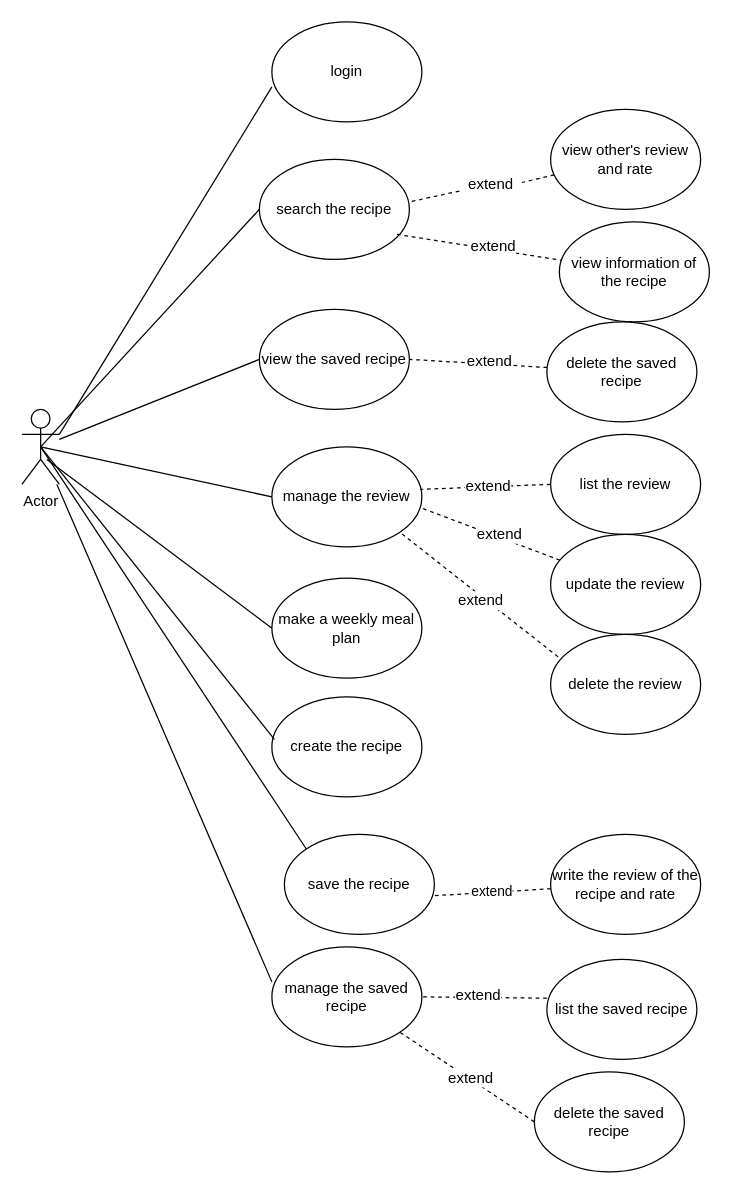
The draw.io diagram use case diagram.drawio in XiaoyangYan/NewMeal, before the edit. Source tidied: cells renumbered, new cells numbered last; positions are measured from the earlier drawing's top-left corner, leaving out a move shared by most shapes. Both pictures are drawn from the tidied source at 125%, with x=0, y=0 at pixel (21, 21).
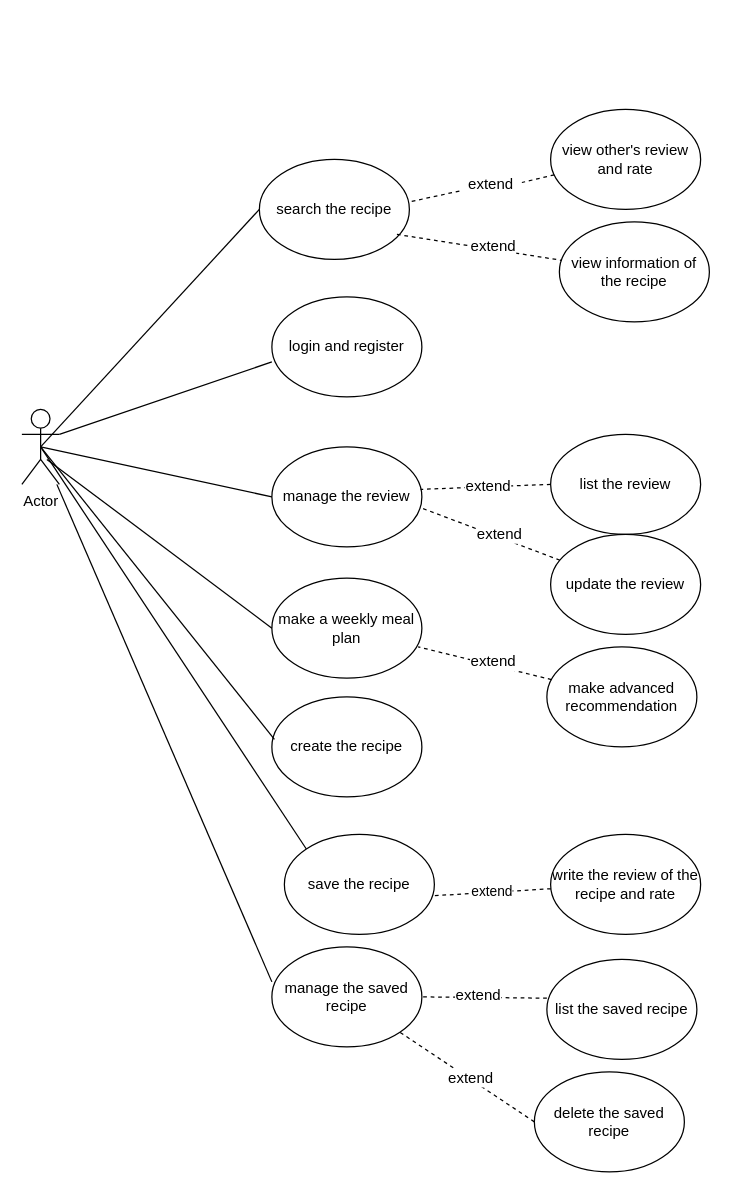
After the change.

The change refers to these unchanged cells:
```xml
<mxCell id="2" value="Actor" style="shape=umlActor;verticalLabelPosition=bottom;labelBackgroundColor=#ffffff;verticalAlign=top;html=1;outlineConnect=0;" parent="1" vertex="1">
  <mxGeometry y="310" width="30" height="60" as="geometry" />
</mxCell>
<mxCell id="5" value="manage the review" style="ellipse;whiteSpace=wrap;html=1;" parent="1" vertex="1">
  <mxGeometry x="200" y="340" width="120" height="80" as="geometry" />
</mxCell>
```

Change to the diagram source:
```diff
@@
-    <mxCell id="3" value="login" style="ellipse;whiteSpace=wrap;html=1;" parent="1" vertex="1">
-      <mxGeometry x="200" width="120" height="80" as="geometry" />
+    <mxCell id="3" value="login and register" style="ellipse;whiteSpace=wrap;html=1;" parent="1" vertex="1">
+      <mxGeometry x="200" y="220" width="120" height="80" as="geometry" />
     </mxCell>
@@
-    <mxCell id="9" value="delete the review" style="ellipse;whiteSpace=wrap;html=1;" parent="1" vertex="1">
-      <mxGeometry x="423" y="490" width="120" height="80" as="geometry" />
-    </mxCell>
@@
-    <mxCell id="16" value="view the saved recipe" style="ellipse;whiteSpace=wrap;html=1;" parent="1" vertex="1">
-      <mxGeometry x="190" y="230" width="120" height="80" as="geometry" />
-    </mxCell>
-    <mxCell id="17" style="endArrow=none;html=1;entryX=0;entryY=0.5;entryDx=0;entryDy=0;" parent="1" edge="1" source="2" target="16">
-      <mxGeometry relative="1" as="geometry" />
-    </mxCell>
@@
-    <mxCell id="32" style="endArrow=none;dashed=1;html=1;entryX=1;entryY=1;entryDx=0;entryDy=0;exitX=0.05;exitY=0.225;exitDx=0;exitDy=0;exitPerimeter=0;" parent="1" edge="1" source="9" target="5">
-      <mxGeometry relative="1" as="geometry" />
-    </mxCell>
-    <mxCell id="33" value="extend" style="text;html=1;align=center;verticalAlign=middle;labelBackgroundColor=#ffffff;" parent="32" vertex="1">
-      <mxGeometry x="-0.04" y="3" relative="1" as="geometry" />
-    </mxCell>
-    <mxCell id="34" style="endArrow=none;dashed=1;html=1;entryX=1;entryY=0.5;entryDx=0;entryDy=0;" parent="1" edge="1" source="36" target="16">
-      <mxGeometry relative="1" as="geometry" />
-    </mxCell>
-    <mxCell id="35" value="extend" style="text;html=1;align=center;verticalAlign=middle;labelBackgroundColor=#ffffff;" parent="34" vertex="1">
-      <mxGeometry x="-0.14" y="-2" relative="1" as="geometry" />
-    </mxCell>
-    <mxCell id="36" value="delete the saved recipe" style="ellipse;whiteSpace=wrap;html=1;" parent="1" vertex="1">
-      <mxGeometry x="420" y="240" width="120" height="80" as="geometry" />
-    </mxCell>
@@
+    <mxCell id="46" value="make advanced recommendation" style="ellipse;whiteSpace=wrap;html=1;" parent="1" vertex="1">
+      <mxGeometry x="420" y="500" width="120" height="80" as="geometry" />
+    </mxCell>
+    <mxCell id="47" style="endArrow=none;dashed=1;html=1;entryX=1;entryY=0.613;entryDx=0;entryDy=0;entryPerimeter=0;" parent="1" edge="1" source="46">
+      <mxGeometry relative="1" as="geometry">
+        <mxPoint x="317" y="500" as="targetPoint" />
+      </mxGeometry>
+    </mxCell>
+    <mxCell id="48" value="extend" style="text;html=1;align=center;verticalAlign=middle;labelBackgroundColor=#ffffff;" parent="47" vertex="1">
+      <mxGeometry x="-0.11" y="-3" relative="1" as="geometry" />
+    </mxCell>
```
